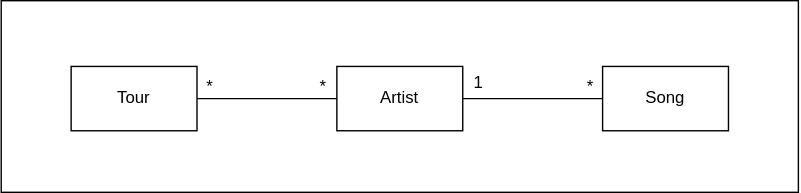
Earlier version of the draw.io export .gitlab/prog5_relations.svg (ShmelovOleksandr/MusicWebsite). Source tidied: cells renumbered, new cells last; positions are measured from the earlier drawing's top-left corner, leaving out a move shared by most shapes.
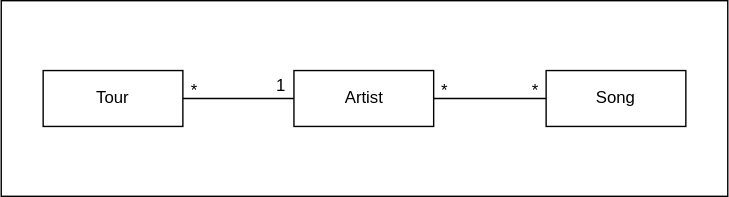
The same diagram one commit later.

The edit, as a diff of the source:
```diff
@@ -1,36 +1,36 @@
 <mxGraphModel>
   <root>
-    <mxCell id="0" />
-    <mxCell id="1" parent="0" />
-    <mxCell id="2" style="rounded=0;whiteSpace=wrap;html=1;" parent="1" vertex="1">
-      <mxGeometry width="570" height="137" as="geometry" />
-    </mxCell>
-    <mxCell id="3" value="Tour" style="rounded=0;whiteSpace=wrap;html=1;" parent="1" vertex="1">
-      <mxGeometry x="50" y="47" width="90" height="46" as="geometry" />
-    </mxCell>
+    <mxCell id="12" />
+    <mxCell id="13" parent="12" />
+    <mxCell id="14" style="rounded=0;whiteSpace=wrap;html=1;" parent="13" vertex="1">
+      <mxGeometry x="-20" y="127" width="520" height="140" as="geometry" />
+    </mxCell>
-    <mxCell id="4" style="edgeStyle=orthogonalEdgeStyle;rounded=0;jettySize=auto;html=1;endArrow=none;endFill=0;" parent="1" edge="1" source="6" target="3">
+    <mxCell id="4" style="edgeStyle=orthogonalEdgeStyle;rounded=0;jettySize=auto;html=1;endArrow=none;endFill=0;" parent="13" edge="1" source="6" target="3">
       <mxGeometry relative="1" as="geometry" />
     </mxCell>
-    <mxCell id="5" style="edgeStyle=orthogonalEdgeStyle;rounded=0;jettySize=auto;html=1;endArrow=none;endFill=0;" parent="1" edge="1" source="6" target="7">
+    <mxCell id="5" style="edgeStyle=orthogonalEdgeStyle;rounded=0;jettySize=auto;html=1;endArrow=none;endFill=0;" parent="13" edge="1" source="6" target="7">
       <mxGeometry relative="1" as="geometry" />
     </mxCell>
-    <mxCell id="6" value="Artist" style="rounded=0;whiteSpace=wrap;html=1;" parent="1" vertex="1">
-      <mxGeometry x="240" y="47" width="90" height="46" as="geometry" />
+    <mxCell id="6" value="Artist" style="rounded=0;whiteSpace=wrap;html=1;" parent="13" vertex="1">
+      <mxGeometry x="189.5" y="177" width="100" height="40" as="geometry" />
     </mxCell>
+    <mxCell id="3" value="Tour" style="rounded=0;whiteSpace=wrap;html=1;" parent="13" vertex="1">
+      <mxGeometry x="10" y="177" width="100" height="40" as="geometry" />
+    </mxCell>
-    <mxCell id="7" value="Song" style="rounded=0;whiteSpace=wrap;html=1;" parent="1" vertex="1">
-      <mxGeometry x="430" y="47" width="90" height="46" as="geometry" />
+    <mxCell id="7" value="Song" style="rounded=0;whiteSpace=wrap;html=1;" parent="13" vertex="1">
+      <mxGeometry x="370" y="177" width="100" height="40" as="geometry" />
     </mxCell>
-    <mxCell id="8" value="*" style="text;html=1;align=center;verticalAlign=middle;strokeColor=none;fillColor=none;" parent="1" vertex="1">
-      <mxGeometry x="134" y="47" width="30" height="30" as="geometry" />
-    </mxCell>
-    <mxCell id="9" value="*" style="text;html=1;align=center;verticalAlign=middle;strokeColor=none;fillColor=none;" parent="1" vertex="1">
-      <mxGeometry x="406" y="47" width="30" height="30" as="geometry" />
-    </mxCell>
-    <mxCell id="10" value="*" style="text;html=1;align=center;verticalAlign=middle;strokeColor=none;fillColor=none;" parent="1" vertex="1">
-      <mxGeometry x="215" y="47" width="30" height="30" as="geometry" />
-    </mxCell>
+    <mxCell id="15" value="*" style="text;html=1;align=center;verticalAlign=middle;strokeColor=none;fillColor=none;" parent="13" vertex="1">
+      <mxGeometry x="282" y="177" width="30" height="30" as="geometry" />
+    </mxCell>
+    <mxCell id="16" value="*" style="text;html=1;align=center;verticalAlign=middle;strokeColor=none;fillColor=none;" parent="13" vertex="1">
+      <mxGeometry x="103" y="177" width="30" height="30" as="geometry" />
+    </mxCell>
+    <mxCell id="17" value="*" style="text;html=1;align=center;verticalAlign=middle;strokeColor=none;fillColor=none;" parent="13" vertex="1">
+      <mxGeometry x="347" y="177" width="30" height="30" as="geometry" />
+    </mxCell>
-    <mxCell id="11" value="1" style="text;html=1;align=center;verticalAlign=middle;strokeColor=none;fillColor=none;" parent="1" vertex="1">
-      <mxGeometry x="326" y="44" width="30" height="30" as="geometry" />
+    <mxCell id="11" value="1" style="text;html=1;align=center;verticalAlign=middle;strokeColor=none;fillColor=none;" parent="13" vertex="1">
+      <mxGeometry x="165" y="173" width="30" height="30" as="geometry" />
     </mxCell>
   </root>
 </mxGraphModel>
```
